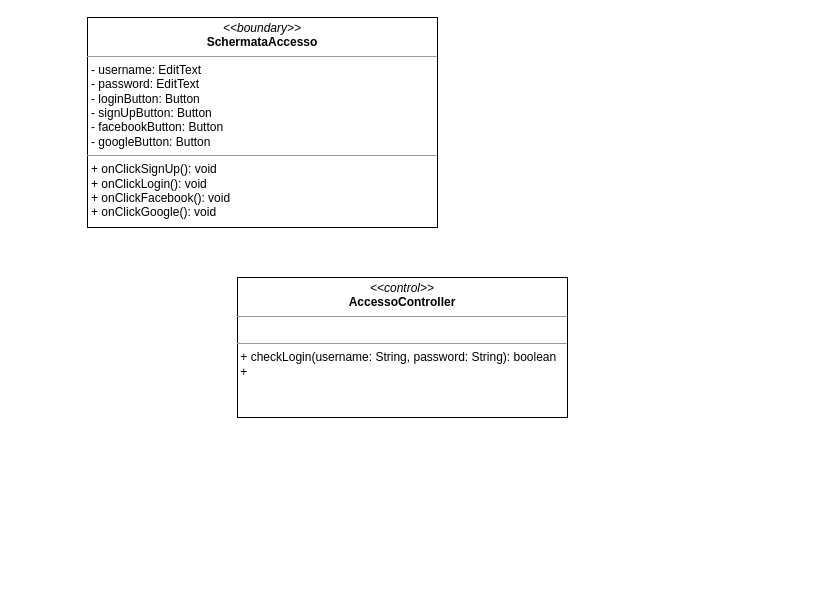
Earlier version of the draw.io diagram page "Effettua accesso" (1 of 6) of docs/ECB.drawio (archer-65/natour-2122). Source tidied: cells renumbered, new cells numbered last; positions are measured from the earlier drawing's top-left corner, leaving out a move shared by most shapes. Both pictures are drawn from the tidied source at 100%, with x=0, y=0 at pixel (87, 17).
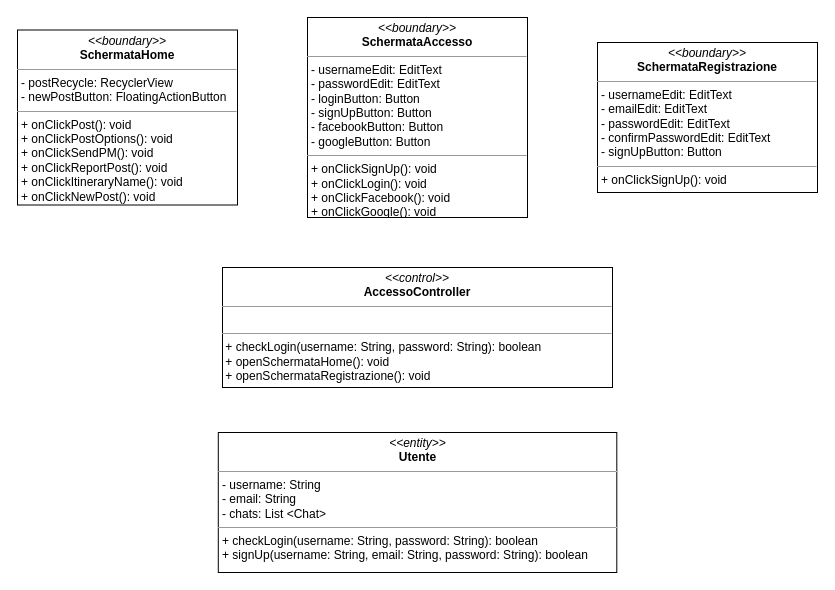
Above is the later version.

Commit message:
# EBC Diagrams

The edit, as a diff of the source:
```diff
@@
 <mxGraphModel>
   <root>
     <mxCell id="0" />
     <mxCell id="1" parent="0" />
-    <mxCell id="2" value="&lt;p style=&quot;margin: 0px ; margin-top: 4px ; text-align: center&quot;&gt;&lt;i&gt;&amp;lt;&amp;lt;boundary&amp;gt;&amp;gt;&lt;/i&gt;&lt;br&gt;&lt;b&gt;SchermataAccesso&lt;/b&gt;&lt;/p&gt;&lt;hr size=&quot;1&quot;&gt;&lt;p style=&quot;margin: 0px ; margin-left: 4px&quot;&gt;- username: EditText&lt;br&gt;- password: EditText&lt;/p&gt;&lt;p style=&quot;margin: 0px ; margin-left: 4px&quot;&gt;- loginButton: Button&lt;/p&gt;&lt;p style=&quot;margin: 0px ; margin-left: 4px&quot;&gt;- signUpButton: Button&lt;/p&gt;&lt;p style=&quot;margin: 0px ; margin-left: 4px&quot;&gt;- facebookButton: Button&lt;/p&gt;&lt;p style=&quot;margin: 0px ; margin-left: 4px&quot;&gt;- googleButton: Button&lt;/p&gt;&lt;hr size=&quot;1&quot;&gt;&lt;p style=&quot;margin: 0px ; margin-left: 4px&quot;&gt;+ onClickSignUp(): void&amp;nbsp;&amp;nbsp;&lt;/p&gt;&lt;p style=&quot;margin: 0px ; margin-left: 4px&quot;&gt;+ onClickLogin(): void&lt;/p&gt;&lt;p style=&quot;margin: 0px ; margin-left: 4px&quot;&gt;+ onClickFacebook(): void&lt;/p&gt;&lt;p style=&quot;margin: 0px ; margin-left: 4px&quot;&gt;+ onClickGoogle(): void&lt;/p&gt;&lt;p style=&quot;margin: 0px ; margin-left: 4px&quot;&gt;&lt;br&gt;&lt;/p&gt;" style="verticalAlign=top;align=left;overflow=fill;fontSize=12;fontFamily=Helvetica;html=1;" parent="1" vertex="1">
-      <mxGeometry width="350" height="210" as="geometry" />
+    <mxCell id="2" value="&lt;p style=&quot;margin: 0px ; margin-top: 4px ; text-align: center&quot;&gt;&lt;i&gt;&amp;lt;&amp;lt;boundary&amp;gt;&amp;gt;&lt;/i&gt;&lt;br&gt;&lt;b&gt;SchermataAccesso&lt;/b&gt;&lt;/p&gt;&lt;hr size=&quot;1&quot;&gt;&lt;p style=&quot;margin: 0px ; margin-left: 4px&quot;&gt;- usernameEdit: EditText&lt;/p&gt;&lt;p style=&quot;margin: 0px ; margin-left: 4px&quot;&gt;- passwordEdit: EditText&lt;/p&gt;&lt;p style=&quot;margin: 0px ; margin-left: 4px&quot;&gt;- loginButton: Button&lt;/p&gt;&lt;p style=&quot;margin: 0px ; margin-left: 4px&quot;&gt;- signUpButton: Button&lt;/p&gt;&lt;p style=&quot;margin: 0px ; margin-left: 4px&quot;&gt;- facebookButton: Button&lt;/p&gt;&lt;p style=&quot;margin: 0px ; margin-left: 4px&quot;&gt;- googleButton: Button&lt;/p&gt;&lt;hr size=&quot;1&quot;&gt;&lt;p style=&quot;margin: 0px ; margin-left: 4px&quot;&gt;+ onClickSignUp(): void&amp;nbsp;&amp;nbsp;&lt;/p&gt;&lt;p style=&quot;margin: 0px ; margin-left: 4px&quot;&gt;+ onClickLogin(): void&lt;/p&gt;&lt;p style=&quot;margin: 0px ; margin-left: 4px&quot;&gt;+ onClickFacebook(): void&lt;/p&gt;&lt;p style=&quot;margin: 0px ; margin-left: 4px&quot;&gt;+ onClickGoogle(): void&lt;/p&gt;&lt;p style=&quot;margin: 0px ; margin-left: 4px&quot;&gt;&lt;br&gt;&lt;/p&gt;" style="verticalAlign=top;align=left;overflow=fill;fontSize=12;fontFamily=Helvetica;html=1;" parent="1" vertex="1">
+      <mxGeometry x="220" width="220" height="200" as="geometry" />
     </mxCell>
-    <mxCell id="3" value="&lt;p style=&quot;margin: 0px ; margin-top: 4px ; text-align: center&quot;&gt;&lt;i&gt;&amp;lt;&amp;lt;control&amp;gt;&amp;gt;&lt;/i&gt;&lt;br&gt;&lt;b&gt;AccessoController&lt;/b&gt;&lt;/p&gt;&lt;hr size=&quot;1&quot;&gt;&lt;p style=&quot;margin: 0px ; margin-left: 4px&quot;&gt;&lt;br&gt;&lt;/p&gt;&lt;hr size=&quot;1&quot;&gt;&lt;p style=&quot;margin: 0px ; margin-left: 4px&quot;&gt;&lt;/p&gt;&amp;nbsp;+&amp;nbsp;&lt;span&gt;checkLogin(&lt;/span&gt;username: String, password: String&lt;span&gt;): boolean&lt;br&gt;&lt;/span&gt;&lt;span&gt;&amp;nbsp;+&lt;/span&gt;&lt;span&gt;&lt;br&gt;&lt;/span&gt;" style="verticalAlign=top;align=left;overflow=fill;fontSize=12;fontFamily=Helvetica;html=1;" parent="1" vertex="1">
-      <mxGeometry x="150" y="260" width="330" height="140" as="geometry" />
+    <mxCell id="3" value="&lt;p style=&quot;margin: 0px ; margin-top: 4px ; text-align: center&quot;&gt;&lt;i&gt;&amp;lt;&amp;lt;control&amp;gt;&amp;gt;&lt;/i&gt;&lt;br&gt;&lt;b&gt;AccessoController&lt;/b&gt;&lt;/p&gt;&lt;hr size=&quot;1&quot;&gt;&lt;p style=&quot;margin: 0px ; margin-left: 4px&quot;&gt;&lt;br&gt;&lt;/p&gt;&lt;hr size=&quot;1&quot;&gt;&lt;p style=&quot;margin: 0px ; margin-left: 4px&quot;&gt;&lt;/p&gt;&amp;nbsp;+&amp;nbsp;&lt;span&gt;checkLogin(&lt;/span&gt;username: String, password: String&lt;span&gt;): boolean&lt;br&gt;&lt;/span&gt;&lt;span&gt;&amp;nbsp;+ openSchermataHome(): void&lt;br&gt;&amp;nbsp;+ openSchermataRegistrazione(): void&lt;br&gt;&lt;/span&gt;" style="verticalAlign=top;align=left;overflow=fill;fontSize=12;fontFamily=Helvetica;html=1;" parent="1" vertex="1">
+      <mxGeometry x="135" y="250" width="390" height="120" as="geometry" />
     </mxCell>
+    <mxCell id="4" value="&lt;p style=&quot;margin: 0px ; margin-top: 4px ; text-align: center&quot;&gt;&lt;i&gt;&amp;lt;&amp;lt;boundary&amp;gt;&amp;gt;&lt;/i&gt;&lt;br&gt;&lt;b&gt;SchermataHome&lt;/b&gt;&lt;/p&gt;&lt;hr size=&quot;1&quot;&gt;&lt;p style=&quot;margin: 0px ; margin-left: 4px&quot;&gt;- postRecycle: RecyclerView&lt;/p&gt;&lt;p style=&quot;margin: 0px ; margin-left: 4px&quot;&gt;- newPostButton: FloatingActionButton&lt;/p&gt;&lt;hr size=&quot;1&quot;&gt;&lt;p style=&quot;margin: 0px ; margin-left: 4px&quot;&gt;+ onClickPost(): void&lt;/p&gt;&lt;p style=&quot;margin: 0px ; margin-left: 4px&quot;&gt;+ onClickPostOptions(): void&lt;/p&gt;&lt;p style=&quot;margin: 0px ; margin-left: 4px&quot;&gt;+ onClickSendPM(): void&lt;/p&gt;&lt;p style=&quot;margin: 0px ; margin-left: 4px&quot;&gt;+ onClickReportPost(): void&lt;/p&gt;&lt;p style=&quot;margin: 0px ; margin-left: 4px&quot;&gt;+ onClickItineraryName(): void&lt;/p&gt;&lt;p style=&quot;margin: 0px ; margin-left: 4px&quot;&gt;+ onClickNewPost(): void&lt;span&gt;&amp;nbsp;&lt;/span&gt;&lt;/p&gt;&lt;p style=&quot;margin: 0px ; margin-left: 4px&quot;&gt;&lt;br&gt;&lt;/p&gt;" style="verticalAlign=top;align=left;overflow=fill;fontSize=12;fontFamily=Helvetica;html=1;" parent="1" vertex="1">
+      <mxGeometry x="-70" y="12.5" width="220" height="175" as="geometry" />
+    </mxCell>
+    <mxCell id="5" value="&lt;p style=&quot;margin: 0px ; margin-top: 4px ; text-align: center&quot;&gt;&lt;i&gt;&amp;lt;&amp;lt;boundary&amp;gt;&amp;gt;&lt;/i&gt;&lt;br&gt;&lt;b&gt;SchermataRegistrazione&lt;/b&gt;&lt;/p&gt;&lt;hr size=&quot;1&quot;&gt;&lt;p style=&quot;margin: 0px ; margin-left: 4px&quot;&gt;- usernameEdit: EditText&lt;span&gt;&lt;br&gt;&lt;/span&gt;&lt;/p&gt;&lt;p style=&quot;margin: 0px ; margin-left: 4px&quot;&gt;&lt;span&gt;- emailEdit: EditText&lt;/span&gt;&lt;/p&gt;&lt;p style=&quot;margin: 0px ; margin-left: 4px&quot;&gt;- passwordEdit: EditText&lt;/p&gt;&lt;p style=&quot;margin: 0px 0px 0px 4px&quot;&gt;- confirmPasswordEdit: EditText&lt;/p&gt;&lt;p style=&quot;margin: 0px ; margin-left: 4px&quot;&gt;- signUpButton: Button&lt;/p&gt;&lt;hr size=&quot;1&quot;&gt;&lt;p style=&quot;margin: 0px ; margin-left: 4px&quot;&gt;+ onClickSignUp(): void&lt;/p&gt;" style="verticalAlign=top;align=left;overflow=fill;fontSize=12;fontFamily=Helvetica;html=1;" parent="1" vertex="1">
+      <mxGeometry x="510" y="25" width="220" height="150" as="geometry" />
+    </mxCell>
+    <mxCell id="6" value="&lt;p style=&quot;margin: 0px ; margin-top: 4px ; text-align: center&quot;&gt;&lt;i&gt;&amp;lt;&amp;lt;entity&amp;gt;&amp;gt;&lt;/i&gt;&lt;br&gt;&lt;b&gt;Utente&lt;/b&gt;&lt;/p&gt;&lt;hr size=&quot;1&quot;&gt;&lt;p style=&quot;margin: 0px ; margin-left: 4px&quot;&gt;- username: String&lt;br&gt;- email: String&lt;/p&gt;&lt;p style=&quot;margin: 0px ; margin-left: 4px&quot;&gt;- chats: List &amp;lt;Chat&amp;gt;&lt;/p&gt;&lt;hr size=&quot;1&quot;&gt;&lt;p style=&quot;margin: 0px 0px 0px 4px&quot;&gt;+&amp;nbsp;checkLogin(username: String, password: String): boolean&lt;span&gt;&amp;nbsp;&lt;/span&gt;&lt;/p&gt;&lt;p style=&quot;margin: 0px ; margin-left: 4px&quot;&gt;+ signUp(username: String, email: String, password: String): boolean&lt;/p&gt;" style="verticalAlign=top;align=left;overflow=fill;fontSize=12;fontFamily=Helvetica;html=1;" parent="1" vertex="1">
+      <mxGeometry x="130.8" y="415" width="398.5" height="140" as="geometry" />
+    </mxCell>
   </root>
 </mxGraphModel>
```
